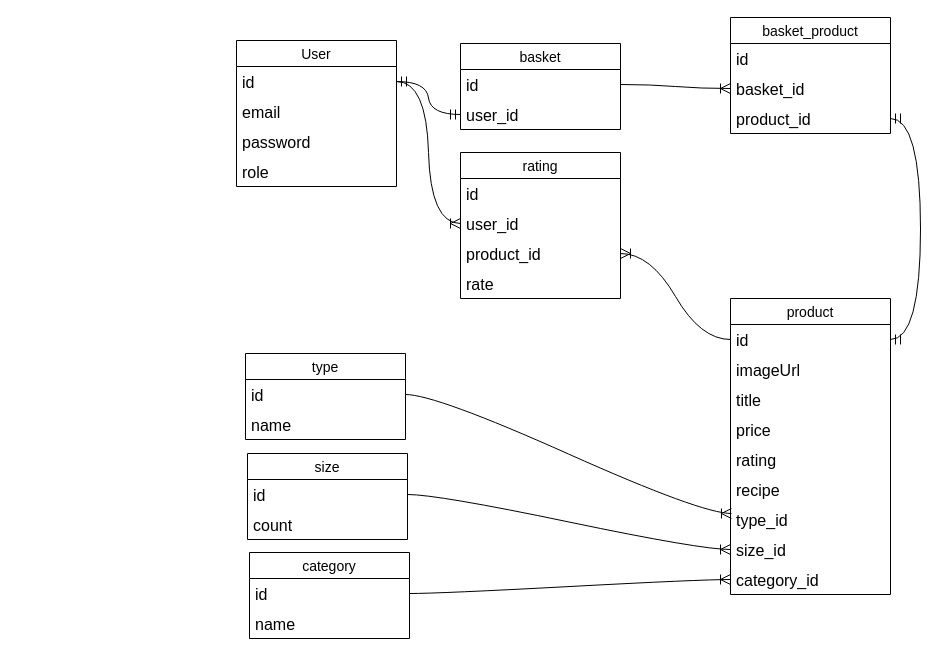
Above: server/src/Scheme.drawio in ZhEkA717/react-pizza-v2 (draw.io), before the change. Source tidied: cells renumbered, new cells numbered last; positions are measured from the earlier drawing's top-left corner, leaving out a move shared by most shapes. Both pictures are drawn from the tidied source at 100%, with x=0, y=0 at pixel (236, 17).
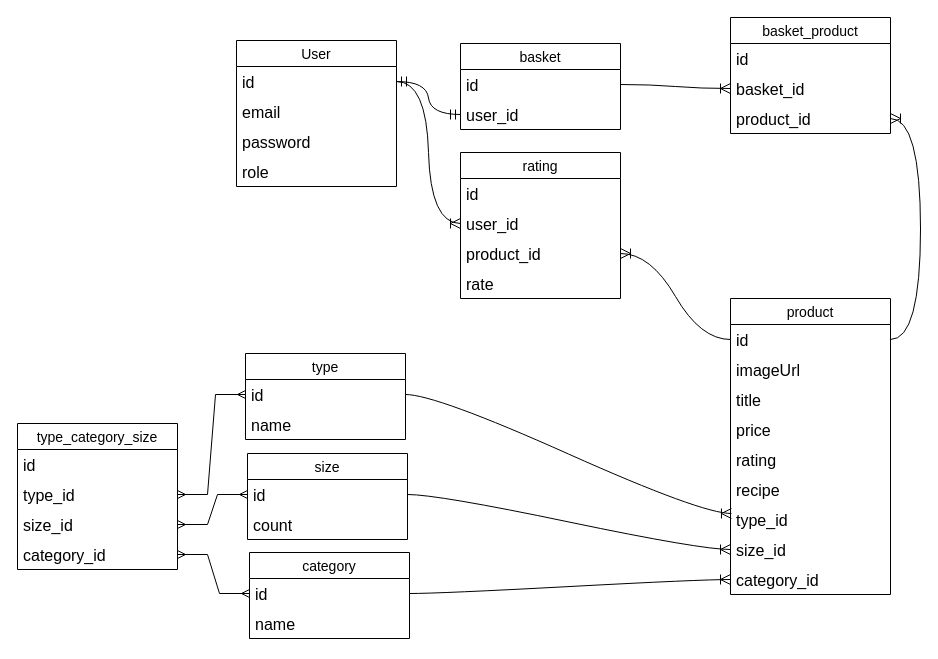
The same diagram, later.

The change refers to these unchanged cells:
```xml
<mxCell id="12" value="id" style="text;strokeColor=none;fillColor=none;spacingLeft=4;spacingRight=4;overflow=hidden;points=[[0,0.5],[1,0.5]];portConstraint=eastwest;fontSize=16;whiteSpace=wrap;html=1;" parent="11" vertex="1">
  <mxGeometry y="26" width="160" height="30" as="geometry" />
</mxCell>
<mxCell id="22" value="id" style="text;strokeColor=none;fillColor=none;spacingLeft=4;spacingRight=4;overflow=hidden;points=[[0,0.5],[1,0.5]];portConstraint=eastwest;fontSize=16;whiteSpace=wrap;html=1;" parent="21" vertex="1">
  <mxGeometry y="26" width="160" height="30" as="geometry" />
</mxCell>
<mxCell id="25" value="id" style="text;strokeColor=none;fillColor=none;spacingLeft=4;spacingRight=4;overflow=hidden;points=[[0,0.5],[1,0.5]];portConstraint=eastwest;fontSize=16;whiteSpace=wrap;html=1;" parent="24" vertex="1">
  <mxGeometry y="26" width="160" height="30" as="geometry" />
</mxCell>
<mxCell id="28" value="id" style="text;strokeColor=none;fillColor=none;spacingLeft=4;spacingRight=4;overflow=hidden;points=[[0,0.5],[1,0.5]];portConstraint=eastwest;fontSize=16;whiteSpace=wrap;html=1;" parent="27" vertex="1">
  <mxGeometry y="26" width="160" height="30" as="geometry" />
</mxCell>
<mxCell id="36" value="product_id" style="text;strokeColor=none;fillColor=none;spacingLeft=4;spacingRight=4;overflow=hidden;points=[[0,0.5],[1,0.5]];portConstraint=eastwest;fontSize=16;whiteSpace=wrap;html=1;" parent="33" vertex="1">
  <mxGeometry y="86" width="160" height="30" as="geometry" />
</mxCell>
```

Diff of the diagram source:
```diff
@@
-    <mxCell id="38" style="edgeStyle=entityRelationEdgeStyle;fontSize=12;html=1;endArrow=ERmandOne;startArrow=ERmandOne;rounded=0;startSize=8;endSize=8;curved=1;exitX=1;exitY=0.5;exitDx=0;exitDy=0;entryX=1;entryY=0.5;entryDx=0;entryDy=0;" parent="1" edge="1" source="12" target="36">
-      <mxGeometry relative="1" as="geometry">
-        <Array as="points">
-          <mxPoint x="715" y="303" />
-          <mxPoint x="710" y="225" />
-        </Array>
-      </mxGeometry>
-    </mxCell>
@@
+    <mxCell id="38" style="edgeStyle=entityRelationEdgeStyle;fontSize=12;html=1;endArrow=ERoneToMany;rounded=0;startSize=8;endSize=8;curved=1;exitX=1;exitY=0.5;exitDx=0;exitDy=0;entryX=1;entryY=0.5;entryDx=0;entryDy=0;" parent="1" edge="1" source="12" target="36">
+      <mxGeometry relative="1" as="geometry" />
+    </mxCell>
+    <mxCell id="46" value="type_category_size" style="swimlane;fontStyle=0;horizontal=1;startSize=26;align=center;fontSize=14;" parent="1" vertex="1">
+      <mxGeometry x="-219" y="406" width="160" height="146" as="geometry" />
+    </mxCell>
+    <mxCell id="47" value="id" style="text;strokeColor=none;fillColor=none;spacingLeft=4;spacingRight=4;overflow=hidden;fontSize=16;whiteSpace=wrap;html=1;" parent="46" vertex="1">
+      <mxGeometry y="26" width="160" height="30" as="geometry" />
+    </mxCell>
+    <mxCell id="48" value="type_id" style="text;strokeColor=none;fillColor=none;spacingLeft=4;spacingRight=4;overflow=hidden;points=[[0,0.5],[1,0.5]];portConstraint=eastwest;fontSize=16;whiteSpace=wrap;html=1;" parent="46" vertex="1">
+      <mxGeometry y="56" width="160" height="30" as="geometry" />
+    </mxCell>
+    <mxCell id="49" value="size_id" style="text;strokeColor=none;fillColor=none;spacingLeft=4;spacingRight=4;overflow=hidden;points=[[0,0.5],[1,0.5]];portConstraint=eastwest;fontSize=16;whiteSpace=wrap;html=1;" parent="46" vertex="1">
+      <mxGeometry y="86" width="160" height="30" as="geometry" />
+    </mxCell>
+    <mxCell id="50" value="category_id" style="text;strokeColor=none;fillColor=none;spacingLeft=4;spacingRight=4;overflow=hidden;points=[[0,0.5],[1,0.5]];portConstraint=eastwest;fontSize=16;whiteSpace=wrap;html=1;" parent="46" vertex="1">
+      <mxGeometry y="116" width="160" height="30" as="geometry" />
+    </mxCell>
+    <mxCell id="51" style="edgeStyle=entityRelationEdgeStyle;fontSize=12;html=1;endArrow=ERmany;startArrow=ERmany;rounded=0;entryX=1;entryY=0.5;entryDx=0;entryDy=0;exitX=0;exitY=0.5;exitDx=0;exitDy=0;" parent="1" edge="1" source="28" target="48">
+      <mxGeometry relative="1" as="geometry" />
+    </mxCell>
+    <mxCell id="52" style="edgeStyle=entityRelationEdgeStyle;fontSize=12;html=1;endArrow=ERmany;startArrow=ERmany;rounded=0;entryX=1;entryY=0.5;entryDx=0;entryDy=0;exitX=0;exitY=0.5;exitDx=0;exitDy=0;" parent="1" edge="1" source="25" target="49">
+      <mxGeometry relative="1" as="geometry" />
+    </mxCell>
+    <mxCell id="53" style="edgeStyle=entityRelationEdgeStyle;fontSize=12;html=1;endArrow=ERmany;startArrow=ERmany;rounded=0;entryX=1;entryY=0.5;entryDx=0;entryDy=0;exitX=0;exitY=0.5;exitDx=0;exitDy=0;" parent="1" edge="1" source="22" target="50">
+      <mxGeometry relative="1" as="geometry" />
+    </mxCell>
```
